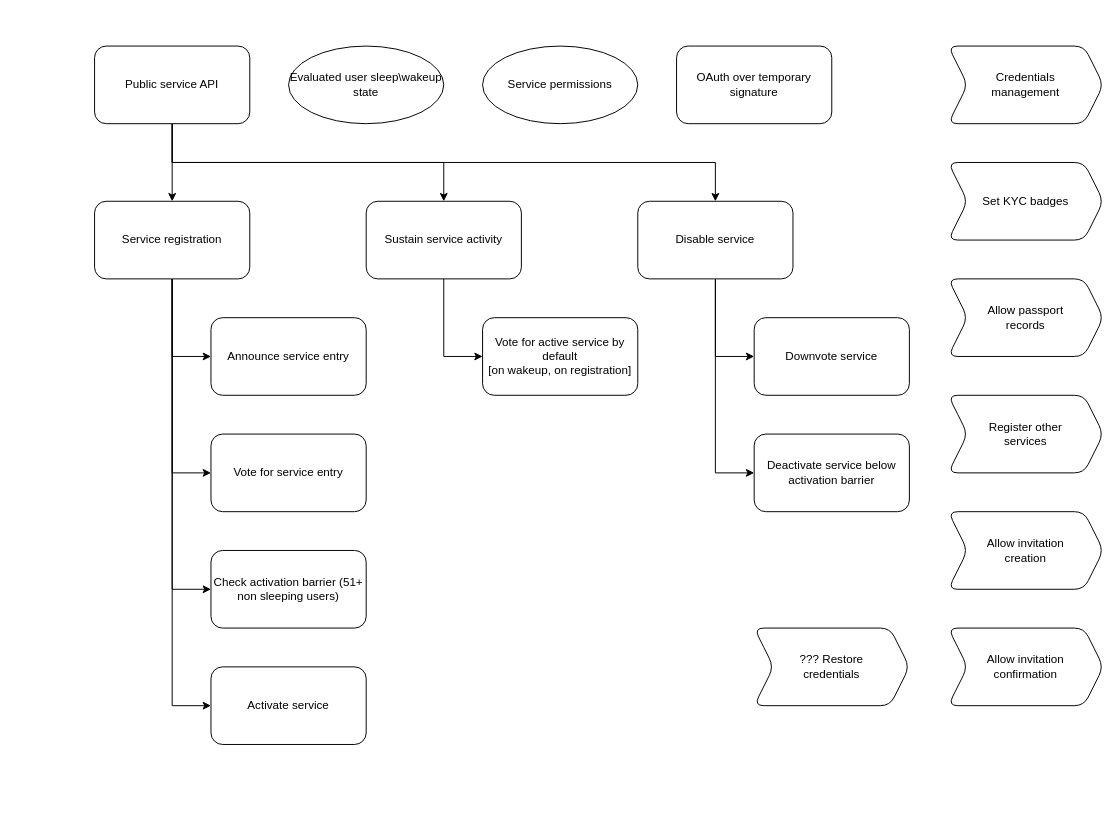
Above: page "B: Public services" (3 of 6) of architecture/crdesign.drawio in markvandal/ds.info (draw.io), before the change. Source tidied: cells renumbered, new cells numbered last; positions are measured from the earlier drawing's top-left corner, leaving out a move shared by most shapes. Both pictures are drawn from the tidied source at 97%, with x=0, y=0 at pixel (94, 46).
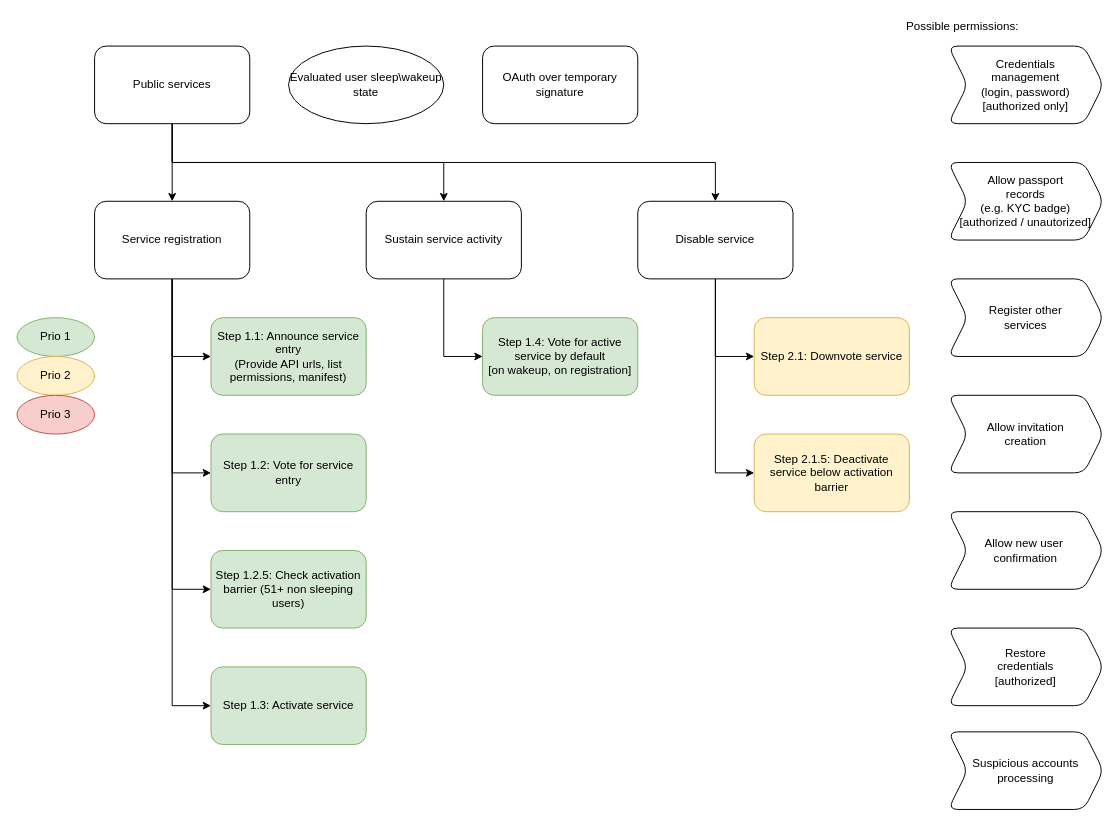
The same diagram, later.

What changed in the source:
```diff
@@
-    <mxCell id="2" value="Announce service entry" style="rounded=1;whiteSpace=wrap;html=1;" parent="1" vertex="1">
+    <mxCell id="2" value="Step 1.1: Announce service entry &lt;br&gt;(Provide API urls, list permissions, manifest)" style="rounded=1;whiteSpace=wrap;html=1;fillColor=#d5e8d4;strokeColor=#82b366;" parent="1" vertex="1">
       <mxGeometry x="120" y="280" width="160" height="80" as="geometry" />
     </mxCell>
-    <mxCell id="3" value="Vote for service entry" style="rounded=1;whiteSpace=wrap;html=1;" parent="1" vertex="1">
+    <mxCell id="3" value="Step 1.2: Vote for service entry" style="rounded=1;whiteSpace=wrap;html=1;fillColor=#d5e8d4;strokeColor=#82b366;" parent="1" vertex="1">
       <mxGeometry x="120" y="400" width="160" height="80" as="geometry" />
     </mxCell>
-    <mxCell id="4" value="Check activation barrier (51+ non sleeping users)" style="rounded=1;whiteSpace=wrap;html=1;" parent="1" vertex="1">
+    <mxCell id="4" value="Step 1.2.5: Check activation barrier (51+ non sleeping users)" style="rounded=1;whiteSpace=wrap;html=1;fillColor=#d5e8d4;strokeColor=#82b366;" parent="1" vertex="1">
       <mxGeometry x="120" y="520" width="160" height="80" as="geometry" />
     </mxCell>
-    <mxCell id="5" value="Activate service" style="rounded=1;whiteSpace=wrap;html=1;" parent="1" vertex="1">
+    <mxCell id="5" value="Step 1.3: Activate service" style="rounded=1;whiteSpace=wrap;html=1;fillColor=#d5e8d4;strokeColor=#82b366;" parent="1" vertex="1">
       <mxGeometry x="120" y="640" width="160" height="80" as="geometry" />
     </mxCell>
-    <mxCell id="6" value="Vote for active service by default&lt;br&gt;[on wakeup, on registration]" style="rounded=1;whiteSpace=wrap;html=1;" parent="1" vertex="1">
+    <mxCell id="6" value="Step 1.4: Vote for active service by default&lt;br&gt;[on wakeup, on registration]" style="rounded=1;whiteSpace=wrap;html=1;fillColor=#d5e8d4;strokeColor=#82b366;" parent="1" vertex="1">
       <mxGeometry x="400" y="280" width="160" height="80" as="geometry" />
     </mxCell>
@@
-    <mxCell id="8" value="Downvote service" style="rounded=1;whiteSpace=wrap;html=1;" parent="1" vertex="1">
+    <mxCell id="8" value="Step 2.1: Downvote service" style="rounded=1;whiteSpace=wrap;html=1;fillColor=#fff2cc;strokeColor=#d6b656;" parent="1" vertex="1">
       <mxGeometry x="680" y="280" width="160" height="80" as="geometry" />
     </mxCell>
-    <mxCell id="9" value="Deactivate service below activation barrier" style="rounded=1;whiteSpace=wrap;html=1;" parent="1" vertex="1">
+    <mxCell id="9" value="Step 2.1.5: Deactivate service below activation barrier" style="rounded=1;whiteSpace=wrap;html=1;fillColor=#fff2cc;strokeColor=#d6b656;" parent="1" vertex="1">
       <mxGeometry x="680" y="400" width="160" height="80" as="geometry" />
     </mxCell>
-    <mxCell id="10" value="Credentials&lt;br&gt;management" style="shape=step;perimeter=stepPerimeter;whiteSpace=wrap;html=1;fixedSize=1;rounded=1;" parent="1" vertex="1">
+    <mxCell id="10" value="Credentials&lt;br&gt;management&lt;br&gt;(login, password)&lt;br&gt;[authorized only]" style="shape=step;perimeter=stepPerimeter;whiteSpace=wrap;html=1;fixedSize=1;rounded=1;" parent="1" vertex="1">
       <mxGeometry x="880" width="160" height="80" as="geometry" />
     </mxCell>
-    <mxCell id="11" value="Set KYC badges" style="shape=step;perimeter=stepPerimeter;whiteSpace=wrap;html=1;fixedSize=1;rounded=1;" parent="1" vertex="1">
-      <mxGeometry x="880" y="120" width="160" height="80" as="geometry" />
-    </mxCell>
-    <mxCell id="12" value="Allow passport&lt;br&gt;records" style="shape=step;perimeter=stepPerimeter;whiteSpace=wrap;html=1;fixedSize=1;rounded=1;" parent="1" vertex="1">
-      <mxGeometry x="880" y="240" width="160" height="80" as="geometry" />
+    <mxCell id="12" value="Allow passport&lt;br&gt;records&lt;br&gt;(e.g. KYC badge)&lt;br&gt;[authorized / unautorized]" style="shape=step;perimeter=stepPerimeter;whiteSpace=wrap;html=1;fixedSize=1;rounded=1;" parent="1" vertex="1">
+      <mxGeometry x="880" y="120" width="160" height="80" as="geometry" />
     </mxCell>
     <mxCell id="13" value="OAuth over temporary signature" style="rounded=1;whiteSpace=wrap;html=1;" parent="1" vertex="1">
-      <mxGeometry x="600" width="160" height="80" as="geometry" />
+      <mxGeometry x="400" width="160" height="80" as="geometry" />
     </mxCell>
     <mxCell id="14" value="Register other &lt;br&gt;services" style="shape=step;perimeter=stepPerimeter;whiteSpace=wrap;html=1;fixedSize=1;rounded=1;" parent="1" vertex="1">
-      <mxGeometry x="880" y="360" width="160" height="80" as="geometry" />
+      <mxGeometry x="880" y="240" width="160" height="80" as="geometry" />
     </mxCell>
@@
-    <mxCell id="23" value="Public service API" style="rounded=1;whiteSpace=wrap;html=1;" parent="1" vertex="1">
+    <mxCell id="23" value="Public services" style="rounded=1;whiteSpace=wrap;html=1;" parent="1" vertex="1">
       <mxGeometry width="160" height="80" as="geometry" />
     </mxCell>
@@
-    <mxCell id="29" value="Service permissions" style="ellipse;whiteSpace=wrap;html=1;rounded=1;" parent="1" vertex="1">
-      <mxGeometry x="400" width="160" height="80" as="geometry" />
-    </mxCell>
     <mxCell id="30" value="Allow invitation &lt;br&gt;creation" style="shape=step;perimeter=stepPerimeter;whiteSpace=wrap;html=1;fixedSize=1;rounded=1;" parent="1" vertex="1">
-      <mxGeometry x="880" y="480" width="160" height="80" as="geometry" />
+      <mxGeometry x="880" y="360" width="160" height="80" as="geometry" />
     </mxCell>
-    <mxCell id="31" value="Allow invitation &lt;br&gt;confirmation" style="shape=step;perimeter=stepPerimeter;whiteSpace=wrap;html=1;fixedSize=1;rounded=1;" parent="1" vertex="1">
-      <mxGeometry x="880" y="600" width="160" height="80" as="geometry" />
+    <mxCell id="31" value="Allow new user&amp;nbsp;&lt;br&gt;confirmation" style="shape=step;perimeter=stepPerimeter;whiteSpace=wrap;html=1;fixedSize=1;rounded=1;" parent="1" vertex="1">
+      <mxGeometry x="880" y="480" width="160" height="80" as="geometry" />
     </mxCell>
-    <mxCell id="32" value="??? Restore&lt;br&gt;credentials" style="shape=step;perimeter=stepPerimeter;whiteSpace=wrap;html=1;fixedSize=1;rounded=1;" parent="1" vertex="1">
-      <mxGeometry x="680" y="600" width="160" height="80" as="geometry" />
+    <mxCell id="32" value="Restore&lt;br&gt;credentials&lt;br&gt;[authorized]" style="shape=step;perimeter=stepPerimeter;whiteSpace=wrap;html=1;fixedSize=1;rounded=1;" parent="1" vertex="1">
+      <mxGeometry x="880" y="600" width="160" height="80" as="geometry" />
     </mxCell>
+    <mxCell id="33" value="Possible permissions:" style="text;html=1;strokeColor=none;fillColor=none;align=center;verticalAlign=middle;whiteSpace=wrap;rounded=0;" parent="1" vertex="1">
+      <mxGeometry x="830" y="-30" width="130" height="20" as="geometry" />
+    </mxCell>
+    <mxCell id="34" value="Suspicious accounts processing" style="shape=step;perimeter=stepPerimeter;whiteSpace=wrap;html=1;fixedSize=1;rounded=1;" parent="1" vertex="1">
+      <mxGeometry x="880" y="707" width="160" height="80" as="geometry" />
+    </mxCell>
+    <mxCell id="35" value="Prio 1" style="ellipse;whiteSpace=wrap;html=1;fillColor=#d5e8d4;strokeColor=#82b366;" parent="1" vertex="1">
+      <mxGeometry x="-80" y="280" width="80" height="40" as="geometry" />
+    </mxCell>
+    <mxCell id="36" value="Prio 2" style="ellipse;whiteSpace=wrap;html=1;fillColor=#fff2cc;strokeColor=#d6b656;" parent="1" vertex="1">
+      <mxGeometry x="-80" y="320" width="80" height="40" as="geometry" />
+    </mxCell>
+    <mxCell id="37" value="Prio 3" style="ellipse;whiteSpace=wrap;html=1;fillColor=#f8cecc;strokeColor=#b85450;" parent="1" vertex="1">
+      <mxGeometry x="-80" y="360" width="80" height="40" as="geometry" />
+    </mxCell>
```
